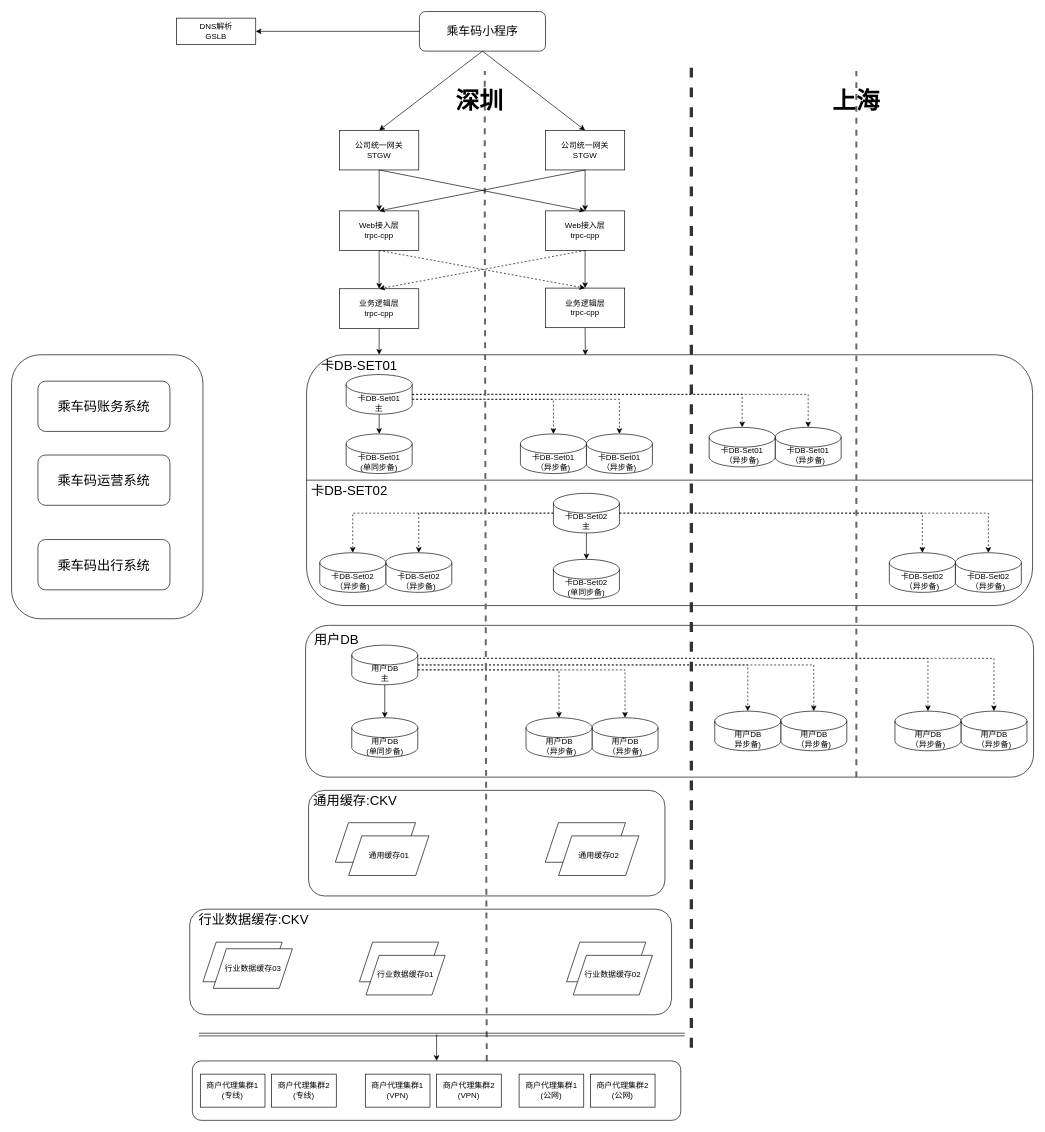
The draw.io diagram page "部署图(单城)" (7 of 8) of drawio/ccm.drawio in Tiny-VS-Lina/study, before the edit. Source tidied: cells renumbered, new cells numbered last; positions are measured from the earlier drawing's top-left corner, leaving out a move shared by most shapes. Both pictures are drawn from the tidied source at 66%, with x=0, y=0 at pixel (11, 11).
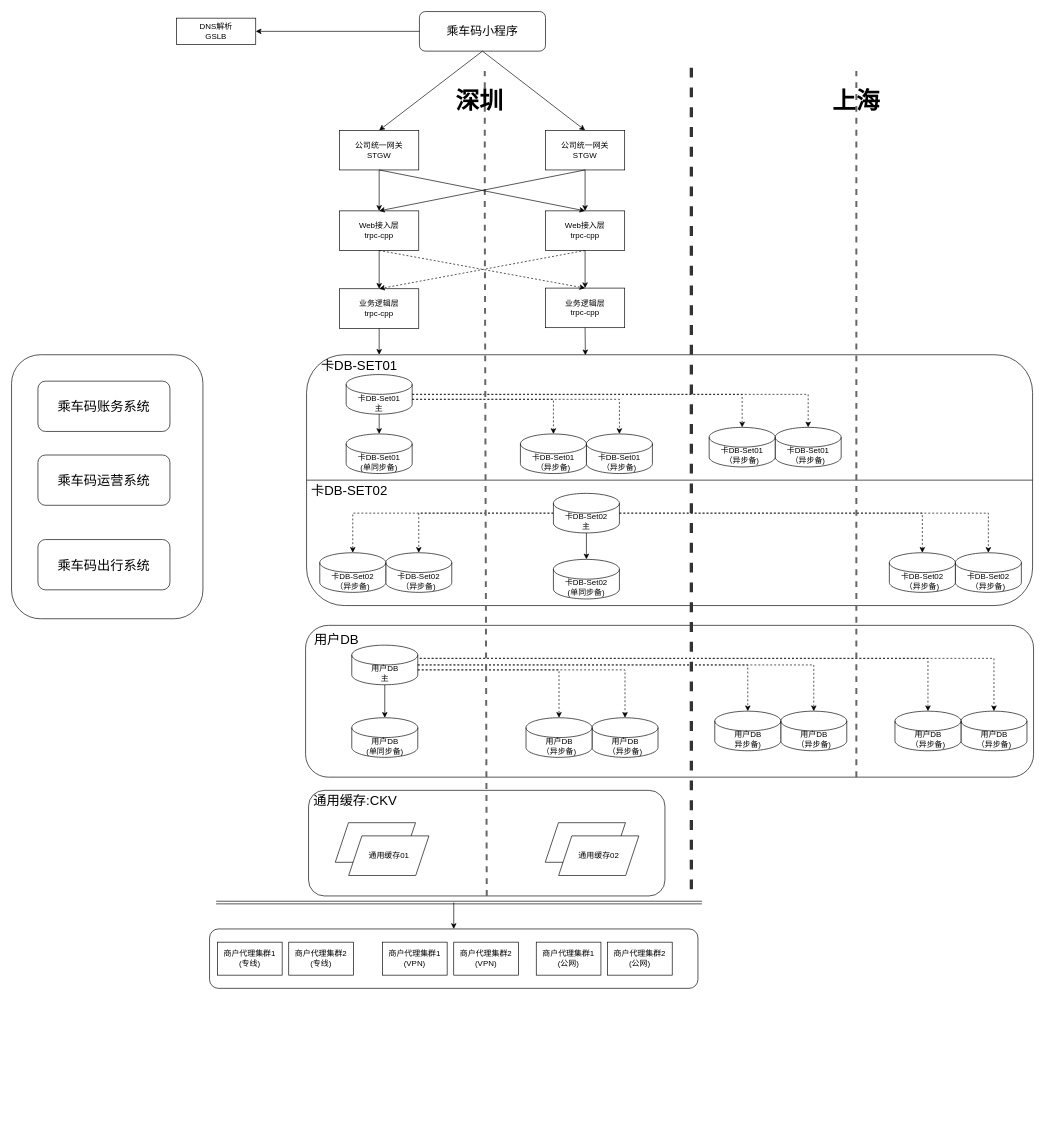
After the change.

Unchanged cells that the change refers to:
```xml
<mxCell id="95" style="rounded=1;whiteSpace=wrap;html=1;fontSize=12;" parent="94" vertex="1">
  <mxGeometry width="740" height="90" as="geometry" />
</mxCell>
```

Change to the diagram source:
```diff
@@
-    <mxCell id="60" style="rounded=1;whiteSpace=wrap;html=1;fontSize=20;" parent="1" vertex="1">
-      <mxGeometry x="270" y="1360" width="730" height="160" as="geometry" />
-    </mxCell>
-    <mxCell id="61" style="group;" parent="1" vertex="1">
-      <mxGeometry x="290" y="1410" width="135.5" height="70" as="geometry" />
-    </mxCell>
-    <mxCell id="62" style="shape=parallelogram;perimeter=parallelogramPerimeter;whiteSpace=wrap;html=1;fixedSize=1;" parent="61" vertex="1">
-      <mxGeometry width="120" height="60" as="geometry" />
-    </mxCell>
-    <mxCell id="63" value="行业数据缓存03" style="shape=parallelogram;perimeter=parallelogramPerimeter;whiteSpace=wrap;html=1;fixedSize=1;" parent="61" vertex="1">
-      <mxGeometry x="15.5" y="10" width="120" height="60" as="geometry" />
-    </mxCell>
-    <mxCell id="64" style="group;" parent="1" vertex="1">
-      <mxGeometry x="527" y="1410" width="130" height="80" as="geometry" />
-    </mxCell>
-    <mxCell id="65" style="shape=parallelogram;perimeter=parallelogramPerimeter;whiteSpace=wrap;html=1;fixedSize=1;" parent="64" vertex="1">
-      <mxGeometry width="120" height="60" as="geometry" />
-    </mxCell>
-    <mxCell id="66" value="行业数据缓存01" style="shape=parallelogram;perimeter=parallelogramPerimeter;whiteSpace=wrap;html=1;fixedSize=1;" parent="64" vertex="1">
-      <mxGeometry x="10" y="20" width="120" height="60" as="geometry" />
-    </mxCell>
-    <mxCell id="67" style="group;" parent="1" vertex="1">
-      <mxGeometry x="841" y="1410" width="130" height="80" as="geometry" />
-    </mxCell>
-    <mxCell id="68" style="shape=parallelogram;perimeter=parallelogramPerimeter;whiteSpace=wrap;html=1;fixedSize=1;" parent="67" vertex="1">
-      <mxGeometry width="120" height="60" as="geometry" />
-    </mxCell>
-    <mxCell id="69" value="行业数据缓存02" style="shape=parallelogram;perimeter=parallelogramPerimeter;whiteSpace=wrap;html=1;fixedSize=1;" parent="67" vertex="1">
-      <mxGeometry x="10" y="20" width="120" height="60" as="geometry" />
-    </mxCell>
-    <mxCell id="70" value="行业数据缓存:CKV" style="text;html=1;strokeColor=none;fillColor=none;align=center;verticalAlign=middle;whiteSpace=wrap;rounded=0;fontSize=20;" parent="1" vertex="1">
-      <mxGeometry x="274" y="1360" width="186" height="30" as="geometry" />
-    </mxCell>
@@
     <mxCell id="78" style="endArrow=none;html=1;rounded=0;dashed=1;strokeWidth=3;strokeColor=#666666;" parent="1" edge="1">
       <mxGeometry relative="1" as="geometry">
-        <mxPoint x="720" y="1590" as="sourcePoint" />
+        <mxPoint x="720" y="1340" as="sourcePoint" />
         <mxPoint x="717" y="90" as="targetPoint" />
         <Array as="points">
           <mxPoint x="717" y="300.8" />
         </Array>
       </mxGeometry>
     </mxCell>
@@
     <mxCell id="92" style="shape=link;html=1;rounded=0;strokeWidth=1;fontSize=12;" parent="1" edge="1">
       <mxGeometry relative="1" as="geometry">
-        <mxPoint x="284" y="1550" as="sourcePoint" />
-        <mxPoint x="1020" y="1550" as="targetPoint" />
+        <mxPoint x="310" y="1350" as="sourcePoint" />
+        <mxPoint x="1046" y="1350" as="targetPoint" />
       </mxGeometry>
     </mxCell>
     <mxCell id="93" style="endArrow=classic;html=1;rounded=0;strokeWidth=1;fontSize=12;entryX=0.5;entryY=0;entryDx=0;entryDy=0;" parent="1" edge="1" target="95">
       <mxGeometry relative="1" as="geometry">
-        <mxPoint x="644" y="1550" as="sourcePoint" />
+        <mxPoint x="670" y="1350" as="sourcePoint" />
       </mxGeometry>
     </mxCell>
     <mxCell id="94" style="group;" parent="1" vertex="1">
-      <mxGeometry x="274" y="1590" width="740" height="90" as="geometry" />
+      <mxGeometry x="300" y="1390" width="740" height="90" as="geometry" />
     </mxCell>
@@
     <mxCell id="102" style="endArrow=none;html=1;rounded=0;dashed=1;strokeWidth=5;strokeColor=#333333;" parent="1" edge="1">
       <mxGeometry relative="1" as="geometry">
-        <mxPoint x="1030" y="1570" as="sourcePoint" />
+        <mxPoint x="1030" y="1330" as="sourcePoint" />
         <mxPoint x="1030" y="80" as="targetPoint" />
         <Array as="points">
           <mxPoint x="1030" y="300.8" />
         </Array>
       </mxGeometry>
     </mxCell>
```
